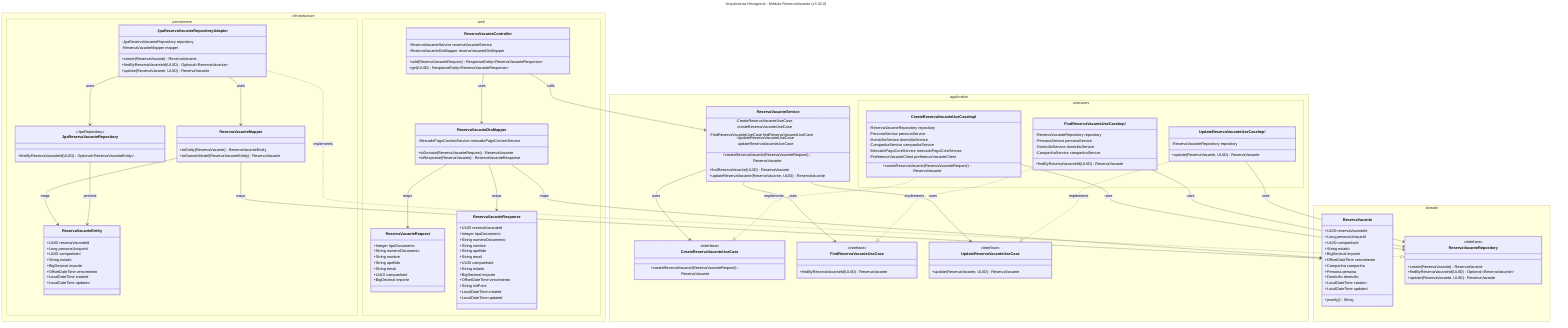
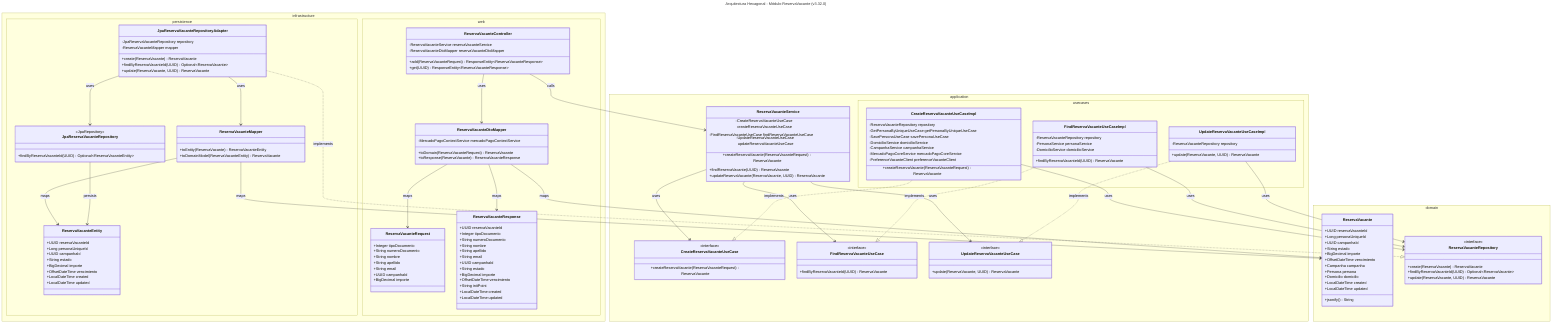
---
title: Arquitectura Hexagonal - Módulo ReservaVacante (v3.32.0)
---

classDiagram
    direction TB

    namespace domain {
        class ReservaVacante {
            +UUID reservaVacanteId
            +Long personaUniqueId
            +UUID campanhaId
            +String estado
            +BigDecimal importe
            +OffsetDateTime vencimiento
            +Campanha campanha
            +Persona persona
            +Domicilio domicilio
            +LocalDateTime created
            +LocalDateTime updated
            +jsonify() String
        }

        class ReservaVacanteRepository {
            <<interface>>
            +create(ReservaVacante) ReservaVacante
            +findByReservaVacanteId(UUID) Optional~ReservaVacante~
            +update(ReservaVacante, UUID) ReservaVacante
        }
    }

    namespace application {
        class ReservaVacanteService {
            -CreateReservaVacanteUseCase createReservaVacanteUseCase
            -FindReservaVacanteUseCase findReservaVacanteUseCase
            -UpdateReservaVacanteUseCase updateReservaVacanteUseCase
            +createReservaVacante(ReservaVacanteRequest) ReservaVacante
            +findReservaVacante(UUID) ReservaVacante
            +updateReservaVacante(ReservaVacante, UUID) ReservaVacante
        }

        namespace usecases {
            class CreateReservaVacanteUseCaseImpl {
                -ReservaVacanteRepository repository
-                 -PersonaService personaService
+                 -GetPersonaByUniqueUseCase getPersonaByUniqueUseCase
+                 -SavePersonaUseCase savePersonaUseCase
                -DomicilioService domicilioService
                -CampanhaService campanhaService
                -MercadoPagoCoreService mercadoPagoCoreService
                -PreferenceVacanteClient preferenceVacanteClient
                +createReservaVacante(ReservaVacanteRequest) ReservaVacante
            }
            class FindReservaVacanteUseCaseImpl {
                -ReservaVacanteRepository repository
                -PersonaService personaService
                -DomicilioService domicilioService
-                 -CampanhaService campanhaService
                +findByReservaVacanteId(UUID) ReservaVacante
            }
            class UpdateReservaVacanteUseCaseImpl {
                -ReservaVacanteRepository repository
                +update(ReservaVacante, UUID) ReservaVacante
            }
        }

        class CreateReservaVacanteUseCase {
            <<interface>>
            +createReservaVacante(ReservaVacanteRequest) ReservaVacante
        }
        class FindReservaVacanteUseCase {
            <<interface>>
            +findByReservaVacanteId(UUID) ReservaVacante
        }
        class UpdateReservaVacanteUseCase {
            <<interface>>
            +update(ReservaVacante, UUID) ReservaVacante
        }
    }

    namespace infrastructure {
        namespace persistence {
            class ReservaVacanteEntity {
                +UUID reservaVacanteId
                +Long personaUniqueId
                +UUID campanhaId
                +String estado
                +BigDecimal importe
                +OffsetDateTime vencimiento
                +LocalDateTime created
                +LocalDateTime updated
            }

            class JpaReservaVacanteRepository {
                <<JpaRepository>>
                +findByReservaVacanteId(UUID) Optional~ReservaVacanteEntity~
            }

            class JpaReservaVacanteRepositoryAdapter {
                -JpaReservaVacanteRepository repository
                -ReservaVacanteMapper mapper
                +create(ReservaVacante) ReservaVacante
                +findByReservaVacanteId(UUID) Optional~ReservaVacante~
                +update(ReservaVacante, UUID) ReservaVacante
            }

            class ReservaVacanteMapper {
                +toEntity(ReservaVacante) ReservaVacanteEntity
                +toDomainModel(ReservaVacanteEntity) ReservaVacante
            }
        }

        namespace web {
            class ReservaVacanteController {
                -ReservaVacanteService reservaVacanteService
                -ReservaVacanteDtoMapper reservaVacanteDtoMapper
                +add(ReservaVacanteRequest) ResponseEntity~ReservaVacanteResponse~
                +get(UUID) ResponseEntity~ReservaVacanteResponse~
            }

            class ReservaVacanteRequest {
                +Integer tipoDocumento
                +String numeroDocumento
                +String nombre
                +String apellido
                +String email
                +UUID campanhaId
                +BigDecimal importe
            }

            class ReservaVacanteResponse {
                +UUID reservaVacanteId
                +Integer tipoDocumento
                +String numeroDocumento
                +String nombre
                +String apellido
                +String email
                +UUID campanhaId
                +String estado
                +BigDecimal importe
                +OffsetDateTime vencimiento
                +String initPoint
                +LocalDateTime created
                +LocalDateTime updated
            }

            class ReservaVacanteDtoMapper {
                -MercadoPagoContextService mercadoPagoContextService
                +toDomain(ReservaVacanteRequest) ReservaVacante
                +toResponse(ReservaVacante) ReservaVacanteResponse
            }
        }
    }

    ReservaVacanteService --> CreateReservaVacanteUseCase : uses
    ReservaVacanteService --> FindReservaVacanteUseCase : uses
    ReservaVacanteService --> UpdateReservaVacanteUseCase : uses

    CreateReservaVacanteUseCaseImpl ..|> CreateReservaVacanteUseCase : implements
    FindReservaVacanteUseCaseImpl ..|> FindReservaVacanteUseCase : implements
    UpdateReservaVacanteUseCaseImpl ..|> UpdateReservaVacanteUseCase : implements

    CreateReservaVacanteUseCaseImpl --> ReservaVacanteRepository : uses
    FindReservaVacanteUseCaseImpl --> ReservaVacanteRepository : uses
    UpdateReservaVacanteUseCaseImpl --> ReservaVacanteRepository : uses

    JpaReservaVacanteRepositoryAdapter ..|> ReservaVacanteRepository : implements
    JpaReservaVacanteRepositoryAdapter --> JpaReservaVacanteRepository : uses
    JpaReservaVacanteRepositoryAdapter --> ReservaVacanteMapper : uses

    ReservaVacanteMapper --> ReservaVacante : maps
    ReservaVacanteMapper --> ReservaVacanteEntity : maps
    JpaReservaVacanteRepository --> ReservaVacanteEntity : persists

    ReservaVacanteController --> ReservaVacanteService : calls
    ReservaVacanteController --> ReservaVacanteDtoMapper : uses
    ReservaVacanteDtoMapper --> ReservaVacante : maps
    ReservaVacanteDtoMapper --> ReservaVacanteRequest : maps
    ReservaVacanteDtoMapper --> ReservaVacanteResponse : maps
